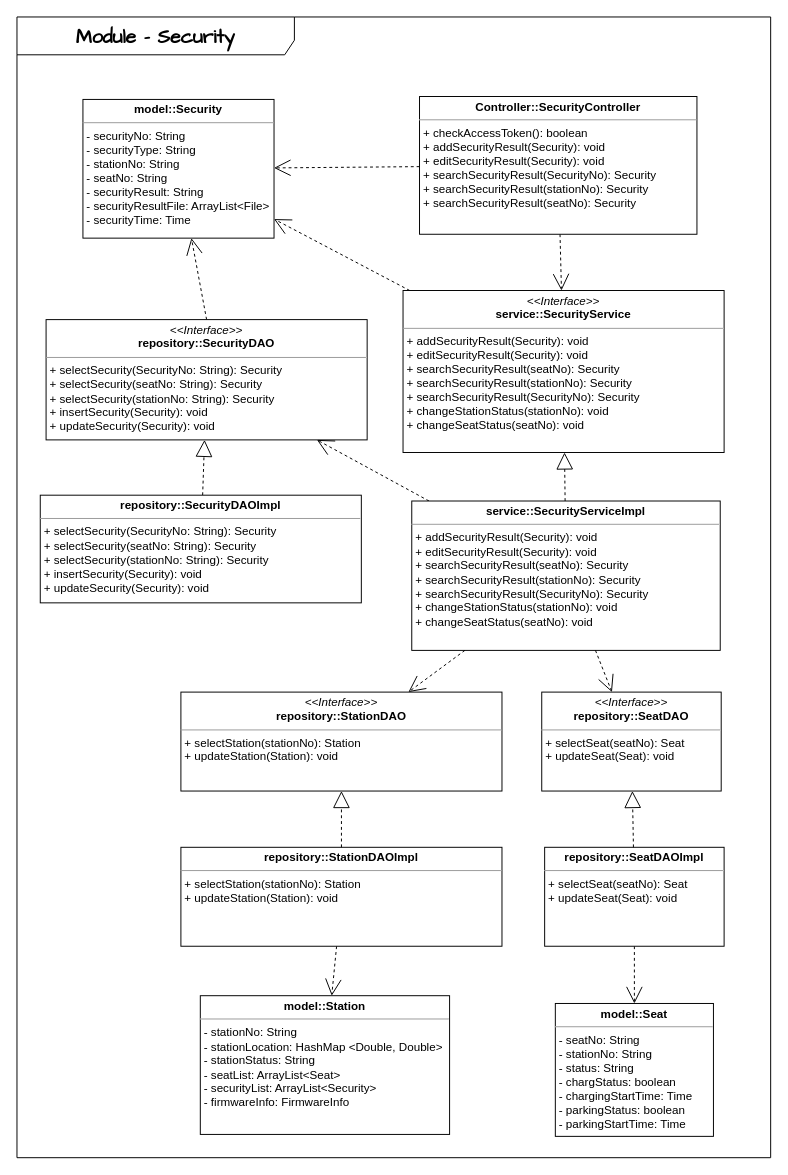
Above: Module/Security.drawio in coldmu/aa_exam (draw.io), before the change. Source tidied: cells renumbered, new cells numbered last; positions are measured from the earlier drawing's top-left corner, leaving out a move shared by most shapes. Both pictures are drawn from the tidied source at 97%, with x=0, y=0 at pixel (16, 16).
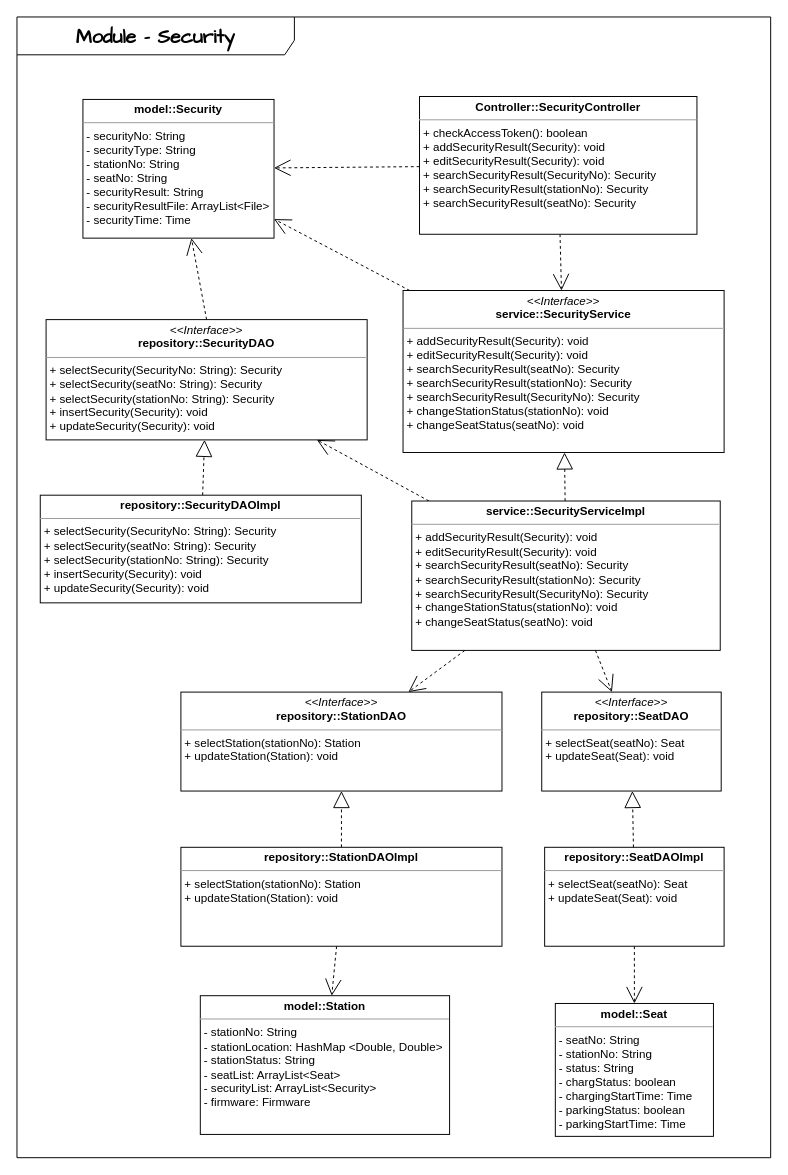
The same diagram, later.

Change to the diagram source:
```diff
@@
-    <mxCell id="16" value="&lt;p style=&quot;margin:0px;margin-top:4px;text-align:center;&quot;&gt;&lt;b style=&quot;background-color: initial;&quot;&gt;model::Station&lt;/b&gt;&lt;/p&gt;&lt;p style=&quot;margin:0px;margin-top:4px;text-align:center;&quot;&gt;&lt;/p&gt;&lt;hr size=&quot;1&quot;&gt;&lt;p style=&quot;margin:0px;margin-left:4px;&quot;&gt;- stationNo: String&lt;/p&gt;&lt;p style=&quot;margin:0px;margin-left:4px;&quot;&gt;- stationLocation: HashMap &amp;lt;Double, Double&amp;gt;&lt;/p&gt;&lt;p style=&quot;margin:0px;margin-left:4px;&quot;&gt;- stationStatus: String&lt;/p&gt;&lt;p style=&quot;margin:0px;margin-left:4px;&quot;&gt;&lt;span style=&quot;background-color: initial;&quot;&gt;- seatList: ArrayList&amp;lt;Seat&amp;gt;&lt;/span&gt;&lt;br&gt;&lt;/p&gt;&lt;p style=&quot;margin:0px;margin-left:4px;&quot;&gt;- securityList: ArrayList&amp;lt;Security&amp;gt;&lt;/p&gt;&lt;p style=&quot;margin:0px;margin-left:4px;&quot;&gt;- firmwareInfo: FirmwareInfo&lt;/p&gt;&lt;p style=&quot;margin:0px;margin-left:4px;&quot;&gt;&lt;br&gt;&lt;/p&gt;" style="verticalAlign=top;align=left;overflow=fill;fontSize=12;fontFamily=Helvetica;html=1;whiteSpace=wrap;" parent="1" vertex="1">
+    <mxCell id="16" value="&lt;p style=&quot;margin:0px;margin-top:4px;text-align:center;&quot;&gt;&lt;b style=&quot;background-color: initial;&quot;&gt;model::Station&lt;/b&gt;&lt;/p&gt;&lt;p style=&quot;margin:0px;margin-top:4px;text-align:center;&quot;&gt;&lt;/p&gt;&lt;hr size=&quot;1&quot;&gt;&lt;p style=&quot;margin:0px;margin-left:4px;&quot;&gt;- stationNo: String&lt;/p&gt;&lt;p style=&quot;margin:0px;margin-left:4px;&quot;&gt;- stationLocation: HashMap &amp;lt;Double, Double&amp;gt;&lt;/p&gt;&lt;p style=&quot;margin:0px;margin-left:4px;&quot;&gt;- stationStatus: String&lt;/p&gt;&lt;p style=&quot;margin:0px;margin-left:4px;&quot;&gt;&lt;span style=&quot;background-color: initial;&quot;&gt;- seatList: ArrayList&amp;lt;Seat&amp;gt;&lt;/span&gt;&lt;br&gt;&lt;/p&gt;&lt;p style=&quot;margin:0px;margin-left:4px;&quot;&gt;- securityList: ArrayList&amp;lt;Security&amp;gt;&lt;/p&gt;&lt;p style=&quot;margin:0px;margin-left:4px;&quot;&gt;- firmware: Firmware&lt;/p&gt;&lt;p style=&quot;margin:0px;margin-left:4px;&quot;&gt;&lt;br&gt;&lt;/p&gt;" style="verticalAlign=top;align=left;overflow=fill;fontSize=12;fontFamily=Helvetica;html=1;whiteSpace=wrap;" parent="1" vertex="1">
       <mxGeometry x="189" y="1009" width="257" height="143" as="geometry" />
     </mxCell>
```
